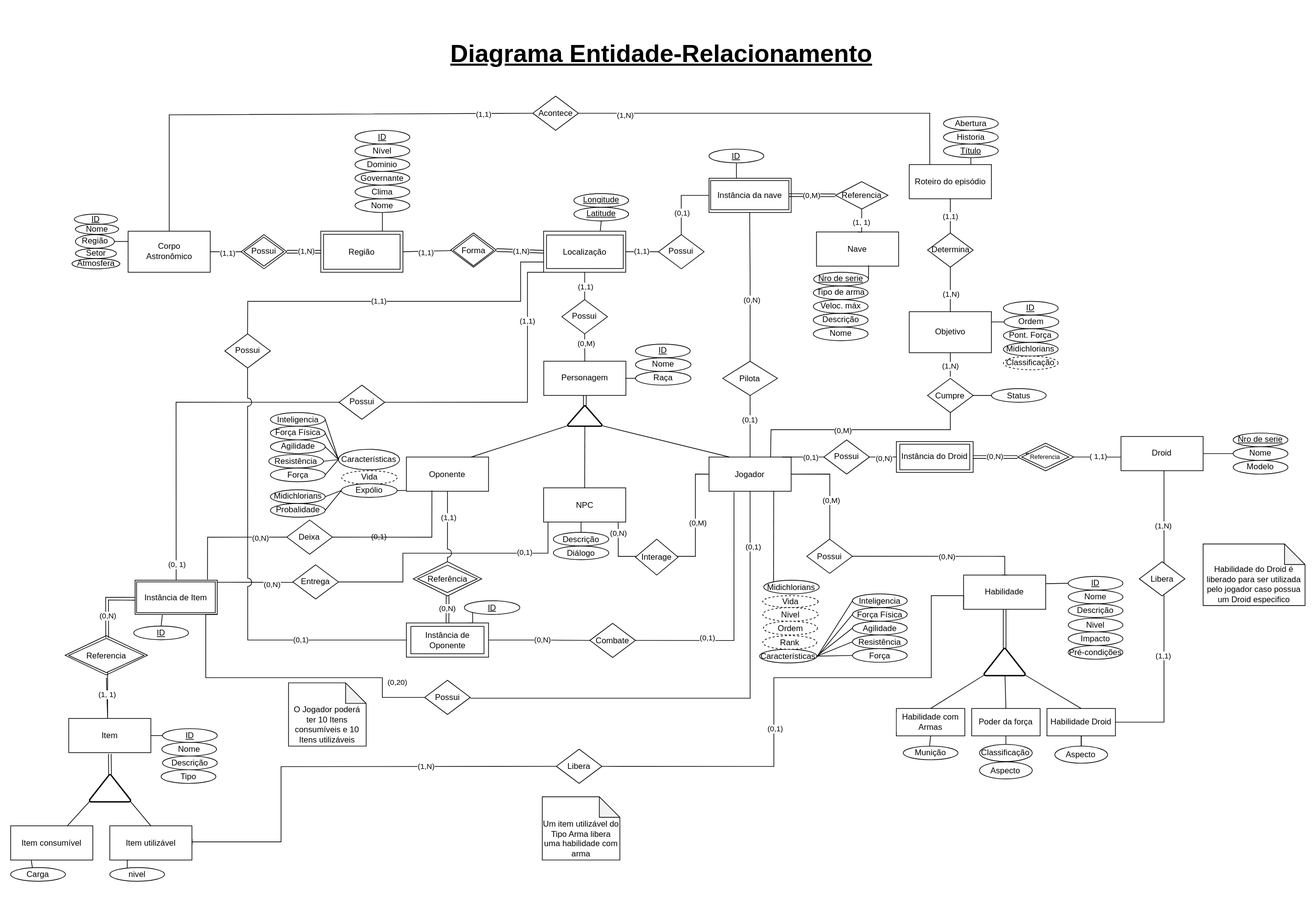
Above: docs/modulo1/img/der-v5.svg in SBD1/Grupo02-starWars (draw.io), before the change. Source tidied: cells renumbered, new cells last; positions are measured from the earlier drawing's top-left corner, leaving out a move shared by most shapes.
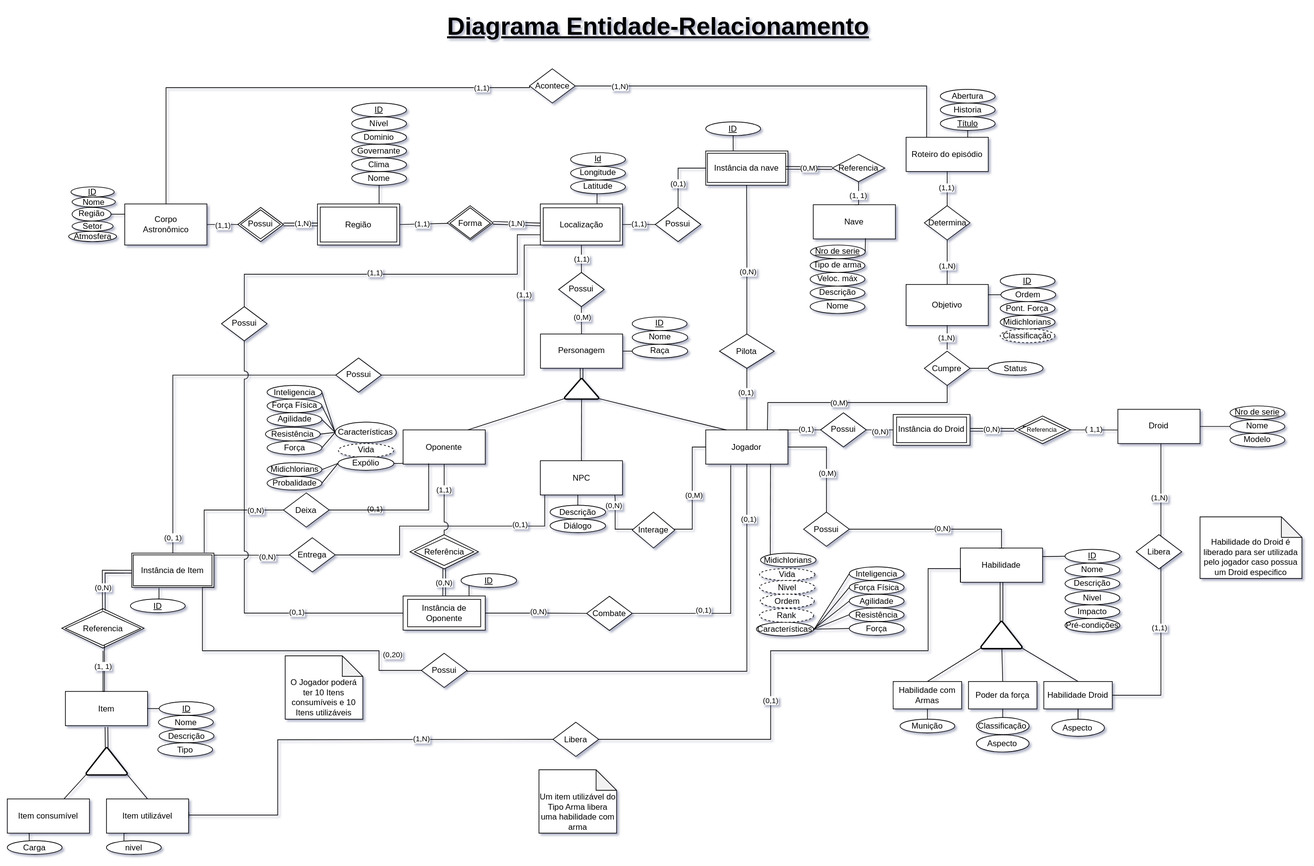
The same file after the commit.

Commit message:
atualizando DER

Diff of the diagram source:
```diff
@@ -2,9 +2,6 @@
   <root>
     <mxCell id="0" />
     <mxCell id="1" parent="0" />
-    <mxCell id="2" style="rounded=0;whiteSpace=wrap;html=1;verticalAlign=top;align=right;strokeColor=none;" parent="1" vertex="1">
-      <mxGeometry width="1920" height="1310" as="geometry" />
-    </mxCell>
     <mxCell id="3" value="Referência" style="rhombus;whiteSpace=wrap;html=1;" parent="1" vertex="1">
       <mxGeometry x="603.2" y="820.5" width="100" height="50" as="geometry" />
     </mxCell>
@@ -511,10 +508,10 @@
     <mxCell id="142" style="edgeStyle=orthogonalEdgeStyle;rounded=0;jettySize=auto;html=1;exitX=0.5;exitY=1;exitDx=0;exitDy=0;entryX=0.69;entryY=-0.008;entryDx=0;entryDy=0;entryPerimeter=0;endArrow=none;endFill=0;" parent="1" edge="1" source="143" target="57">
       <mxGeometry relative="1" as="geometry" />
     </mxCell>
-    <mxCell id="143" value="&lt;u&gt;Latitude&lt;/u&gt;" style="ellipse;whiteSpace=wrap;html=1;align=center;" parent="1" vertex="1">
+    <mxCell id="143" value="Latitude" style="ellipse;whiteSpace=wrap;html=1;align=center;" parent="1" vertex="1">
       <mxGeometry x="837.8" y="302.4" width="80" height="20" as="geometry" />
     </mxCell>
-    <mxCell id="144" value="&lt;u&gt;Longitude&lt;/u&gt;" style="ellipse;whiteSpace=wrap;html=1;align=center;" parent="1" vertex="1">
+    <mxCell id="144" value="Longitude" style="ellipse;whiteSpace=wrap;html=1;align=center;" parent="1" vertex="1">
       <mxGeometry x="837.8" y="282.4" width="80" height="20" as="geometry" />
     </mxCell>
     <mxCell id="145" style="edgeStyle=none;rounded=0;jettySize=auto;html=1;exitX=0.5;exitY=1;exitDx=0;exitDy=0;entryX=0.75;entryY=0;entryDx=0;entryDy=0;endArrow=none;endFill=0;" parent="1" edge="1" source="146" target="131">
@@ -1025,5 +1022,8 @@
     <mxCell id="276" value="nivel" style="ellipse;whiteSpace=wrap;html=1;align=center;" parent="1" vertex="1">
       <mxGeometry x="159.8" y="1267.5" width="80" height="20" as="geometry" />
     </mxCell>
+    <mxCell id="277" value="&lt;u&gt;Id&lt;/u&gt;" style="ellipse;whiteSpace=wrap;html=1;align=center;" parent="1" vertex="1">
+      <mxGeometry x="837.8" y="262.4" width="80" height="20" as="geometry" />
+    </mxCell>
   </root>
 </mxGraphModel>
```
